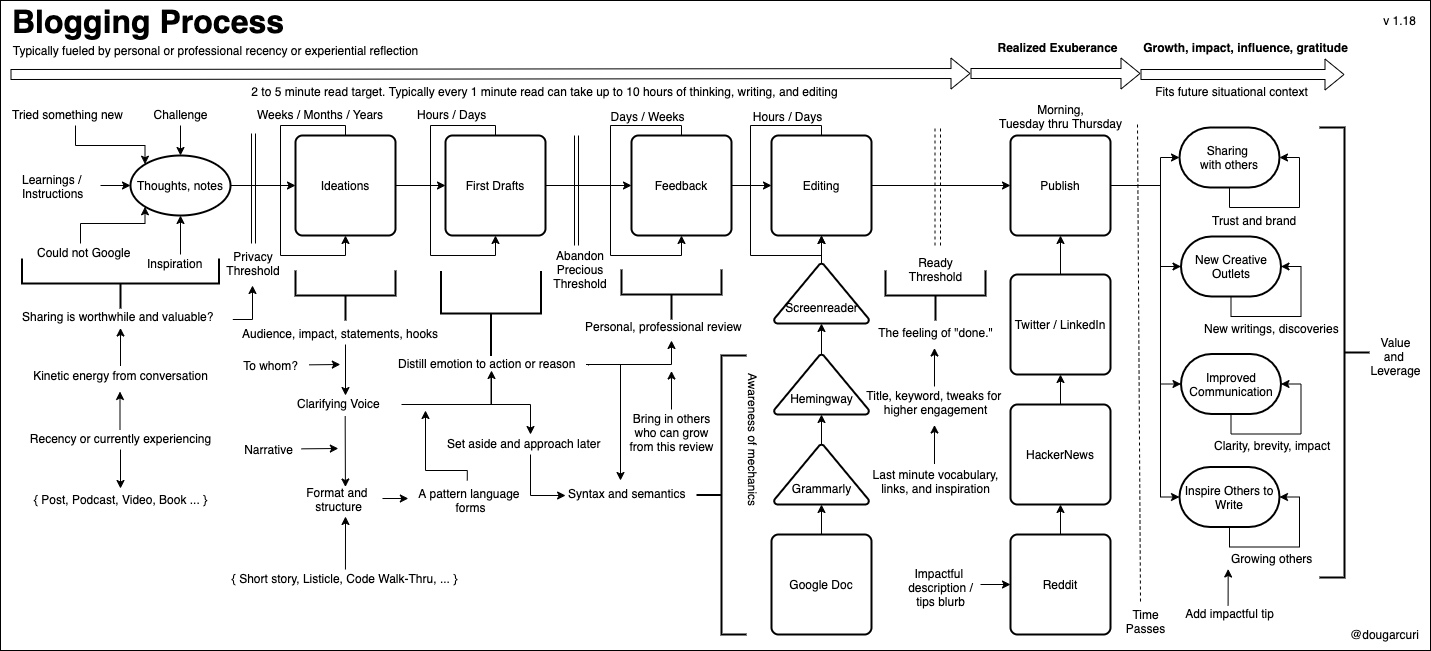
This is mentoring/diagrams/blogging-process.png from solidi/learning-notes, a draw.io export, as it was before one commit. Source tidied: cells renumbered, new cells last; positions are measured from the earlier drawing's top-left corner, leaving out a move shared by most shapes.
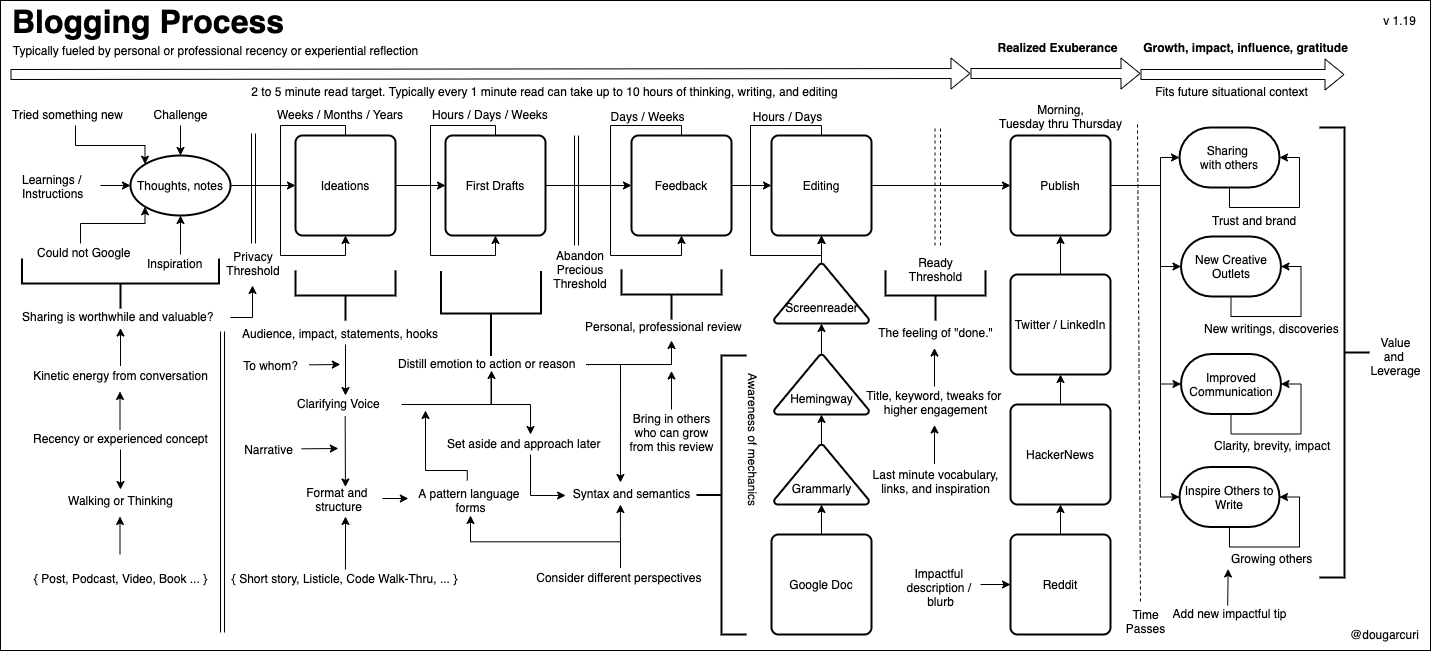
The same diagram one commit later.

Commit message:
Add perspective to the blogging dagram. Add walking, inspired by PG

The edit, as a diff of the source:
```diff
@@ -38,10 +38,10 @@
       </mxGeometry>
     </mxCell>
     <mxCell id="9" value="Weeks / Months / Years" style="text;html=1;align=left;verticalAlign=top;spacingTop=-4;" parent="1" vertex="1">
-      <mxGeometry x="255" y="105" width="140" height="20" as="geometry" />
+      <mxGeometry x="275" y="105" width="140" height="20" as="geometry" />
     </mxCell>
-    <mxCell id="10" value="Hours / Days" style="text;html=1;align=left;verticalAlign=top;spacingTop=-4;" parent="1" vertex="1">
-      <mxGeometry x="415" y="105" width="80" height="20" as="geometry" />
+    <mxCell id="10" value="Hours / Days / Weeks" style="text;html=1;align=left;verticalAlign=top;spacingTop=-4;" parent="1" vertex="1">
+      <mxGeometry x="430" y="105" width="130" height="20" as="geometry" />
     </mxCell>
     <mxCell id="11" style="edgeStyle=orthogonalEdgeStyle;rounded=0;jettySize=auto;html=1;exitX=1;exitY=0.5;exitDx=0;exitDy=0;entryX=0;entryY=0.5;entryDx=0;entryDy=0;" parent="1" edge="1" source="12" target="16">
       <mxGeometry relative="1" as="geometry" />
@@ -168,9 +168,8 @@
         </Array>
       </mxGeometry>
     </mxCell>
-    <mxCell id="39" style="edgeStyle=orthogonalEdgeStyle;rounded=0;jettySize=auto;html=1;" parent="1" edge="1" source="41">
+    <mxCell id="39" style="edgeStyle=orthogonalEdgeStyle;rounded=0;jettySize=auto;html=1;entryX=0.415;entryY=-0.1;entryDx=0;entryDy=0;entryPerimeter=0;" parent="1" edge="1" source="41" target="52">
       <mxGeometry relative="1" as="geometry">
-        <mxPoint x="620" y="480" as="targetPoint" />
         <Array as="points">
           <mxPoint x="620" y="364" />
         </Array>
@@ -217,7 +216,7 @@
     <mxCell id="51" style="strokeWidth=2;html=1;shape=mxgraph.flowchart.annotation_2;align=left;labelPosition=right;rotation=0;" parent="1" vertex="1">
       <mxGeometry x="696" y="355" width="50" height="279" as="geometry" />
     </mxCell>
-    <mxCell id="52" value="Syntax and semantics" style="text;html=1;points=[];align=left;verticalAlign=top;spacingTop=-4;" parent="1" vertex="1">
+    <mxCell id="52" value="Syntax and semantics" style="text;html=1;points=[];align=center;verticalAlign=top;spacingTop=-4;" parent="1" vertex="1">
       <mxGeometry x="566" y="484" width="130" height="20" as="geometry" />
     </mxCell>
     <mxCell id="53" style="shape=link;html=1;" parent="1" edge="1">
@@ -351,9 +350,12 @@
     <mxCell id="88" value="Privacy Threshold" style="text;html=1;strokeColor=none;fillColor=none;align=center;verticalAlign=middle;whiteSpace=wrap;rounded=0;" parent="1" vertex="1">
       <mxGeometry x="233" y="253" width="40" height="20" as="geometry" />
     </mxCell>
-    <mxCell id="89" style="edgeStyle=orthogonalEdgeStyle;rounded=0;jettySize=auto;html=1;entryX=0.5;entryY=1;entryDx=0;entryDy=0;entryPerimeter=0;exitX=1.011;exitY=0.6;exitDx=0;exitDy=0;exitPerimeter=0;" parent="1" edge="1" source="90">
+    <mxCell id="89" style="edgeStyle=orthogonalEdgeStyle;rounded=0;jettySize=auto;html=1;entryX=0.5;entryY=1;entryDx=0;entryDy=0;entryPerimeter=0;" parent="1" edge="1" source="90">
       <mxGeometry relative="1" as="geometry">
         <mxPoint x="252" y="285" as="targetPoint" />
+        <Array as="points">
+          <mxPoint x="252" y="317" />
+        </Array>
       </mxGeometry>
     </mxCell>
     <mxCell id="90" value="Sharing is worthwhile and valuable?" style="text;html=1;points=[];align=left;verticalAlign=top;spacingTop=-4;" parent="1" vertex="1">
@@ -492,7 +494,7 @@
         <mxPoint x="120" y="327.5" as="targetPoint" />
       </mxGeometry>
     </mxCell>
-    <mxCell id="121" value="v 1.18" style="text;html=1;align=center;verticalAlign=middle;" parent="1" vertex="1">
+    <mxCell id="121" value="v 1.19" style="text;html=1;align=center;verticalAlign=middle;" parent="1" vertex="1">
       <mxGeometry x="1374" y="10" width="50" height="20" as="geometry" />
     </mxCell>
     <mxCell id="122" value="Morning,&lt;br&gt;Tuesday thru Thursday" style="text;html=1;align=center;verticalAlign=top;spacingTop=-4;" parent="1" vertex="1">
@@ -501,8 +503,8 @@
     <mxCell id="123" style="edgeStyle=orthogonalEdgeStyle;rounded=0;jettySize=auto;html=1;entryX=0.5;entryY=-0.05;entryDx=0;entryDy=0;entryPerimeter=0;" parent="1" edge="1" source="124" target="133">
       <mxGeometry relative="1" as="geometry" />
     </mxCell>
-    <mxCell id="124" value="Recency or currently experiencing" style="text;html=1;points=[];align=center;verticalAlign=top;spacingTop=-4;" parent="1" vertex="1">
-      <mxGeometry x="20" y="429" width="200" height="20" as="geometry" />
+    <mxCell id="124" value="Recency or experienced concept" style="text;html=1;points=[];align=center;verticalAlign=top;spacingTop=-4;" parent="1" vertex="1">
+      <mxGeometry x="25" y="429" width="190" height="20" as="geometry" />
     </mxCell>
     <mxCell id="125" style="edgeStyle=orthogonalEdgeStyle;rounded=0;orthogonalLoop=1;jettySize=auto;html=1;exitX=0.5;exitY=0;exitDx=0;exitDy=0;entryX=0.5;entryY=1;entryDx=0;entryDy=0;" parent="1" edge="1">
       <mxGeometry relative="1" as="geometry">
@@ -510,8 +512,8 @@
         <mxPoint x="119.5" y="391" as="targetPoint" />
       </mxGeometry>
     </mxCell>
-    <mxCell id="126" value="Add impactful tip" style="text;html=1;points=[];align=center;verticalAlign=top;spacingTop=-4;" parent="1" vertex="1">
-      <mxGeometry x="1179" y="604" width="100" height="20" as="geometry" />
+    <mxCell id="126" value="Add new impactful tip" style="text;html=1;points=[];align=center;verticalAlign=top;spacingTop=-4;" parent="1" vertex="1">
+      <mxGeometry x="1164" y="604" width="130" height="20" as="geometry" />
     </mxCell>
     <mxCell id="127" style="edgeStyle=orthogonalEdgeStyle;rounded=0;jettySize=auto;html=1;entryX=0.5;entryY=1;entryDx=0;entryDy=0;exitX=0.486;exitY=0.05;exitDx=0;exitDy=0;exitPerimeter=0;" parent="1" edge="1" source="126">
       <mxGeometry relative="1" as="geometry">
@@ -521,7 +523,7 @@
     <mxCell id="128" style="edgeStyle=orthogonalEdgeStyle;rounded=0;jettySize=auto;html=1;" parent="1" edge="1" source="129" target="27">
       <mxGeometry relative="1" as="geometry" />
     </mxCell>
-    <mxCell id="129" value="Impactful &lt;br&gt;description /&lt;br&gt;tips blurb" style="text;html=1;points=[];align=center;verticalAlign=top;spacingTop=-4;" parent="1" vertex="1">
+    <mxCell id="129" value="Impactful &lt;br&gt;description / &lt;br&gt;blurb" style="text;html=1;points=[];align=center;verticalAlign=top;spacingTop=-4;" parent="1" vertex="1">
       <mxGeometry x="900" y="564" width="80" height="40" as="geometry" />
     </mxCell>
     <mxCell id="130" value="To whom?" style="text;html=1;align=center;verticalAlign=middle;points=[];" parent="1" vertex="1">
@@ -542,8 +544,34 @@
         </Array>
       </mxGeometry>
     </mxCell>
-    <mxCell id="133" value="{ Post, Podcast, Video, Book ... }" style="text;html=1;align=center;verticalAlign=middle;points=[];" parent="1" vertex="1">
-      <mxGeometry x="25" y="489" width="190" height="20" as="geometry" />
+    <mxCell id="133" value="Walking or Thinking" style="text;html=1;align=center;verticalAlign=middle;points=[];" parent="1" vertex="1">
+      <mxGeometry x="60" y="490" width="120" height="20" as="geometry" />
     </mxCell>
+    <mxCell id="134" value="{ Post, Podcast, Video, Book ... }" style="text;html=1;align=center;verticalAlign=middle;" parent="1" vertex="1">
+      <mxGeometry x="25" y="567.5" width="190" height="20" as="geometry" />
+    </mxCell>
+    <mxCell id="135" style="edgeStyle=orthogonalEdgeStyle;rounded=0;orthogonalLoop=1;jettySize=auto;html=1;exitX=0.5;exitY=0;exitDx=0;exitDy=0;entryX=0.5;entryY=1;entryDx=0;entryDy=0;" parent="1" edge="1">
+      <mxGeometry relative="1" as="geometry">
+        <mxPoint x="119.5" y="554" as="sourcePoint" />
+        <mxPoint x="119.5" y="516" as="targetPoint" />
+      </mxGeometry>
+    </mxCell>
+    <mxCell id="136" style="edgeStyle=orthogonalEdgeStyle;rounded=0;jettySize=auto;html=1;entryX=0.438;entryY=1;entryDx=0;entryDy=0;entryPerimeter=0;" parent="1" edge="1" source="138">
+      <mxGeometry relative="1" as="geometry">
+        <mxPoint x="619.9" y="504" as="targetPoint" />
+      </mxGeometry>
+    </mxCell>
+    <mxCell id="137" style="edgeStyle=orthogonalEdgeStyle;rounded=0;jettySize=auto;html=1;" parent="1" edge="1" source="138" target="111">
+      <mxGeometry relative="1" as="geometry" />
+    </mxCell>
+    <mxCell id="138" value="Consider different perspectives&amp;nbsp;" style="text;html=1;points=[];align=center;verticalAlign=top;spacingTop=-4;" parent="1" vertex="1">
+      <mxGeometry x="530" y="567.5" width="180" height="20" as="geometry" />
+    </mxCell>
+    <mxCell id="139" style="shape=link;html=1;" parent="1" edge="1">
+      <mxGeometry relative="1" as="geometry">
+        <mxPoint x="222" y="632" as="sourcePoint" />
+        <mxPoint x="222" y="331" as="targetPoint" />
+      </mxGeometry>
+    </mxCell>
   </root>
 </mxGraphModel>
```
